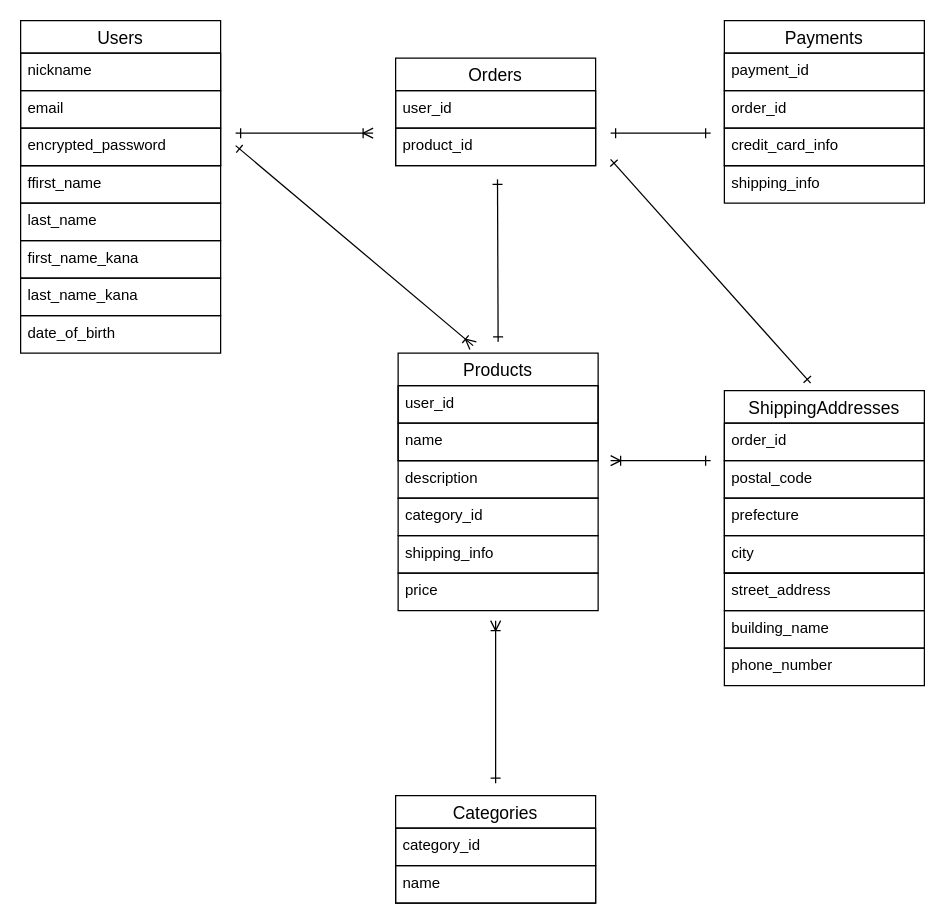
Before: test.dio in buhibuhiRich/furima-39891, a draw.io diagram. Source tidied: cells renumbered, new cells numbered last; positions are measured from the earlier drawing's top-left corner, leaving out a move shared by most shapes. Both pictures are drawn from the tidied source at 125%, with x=0, y=0 at pixel (20, 20).
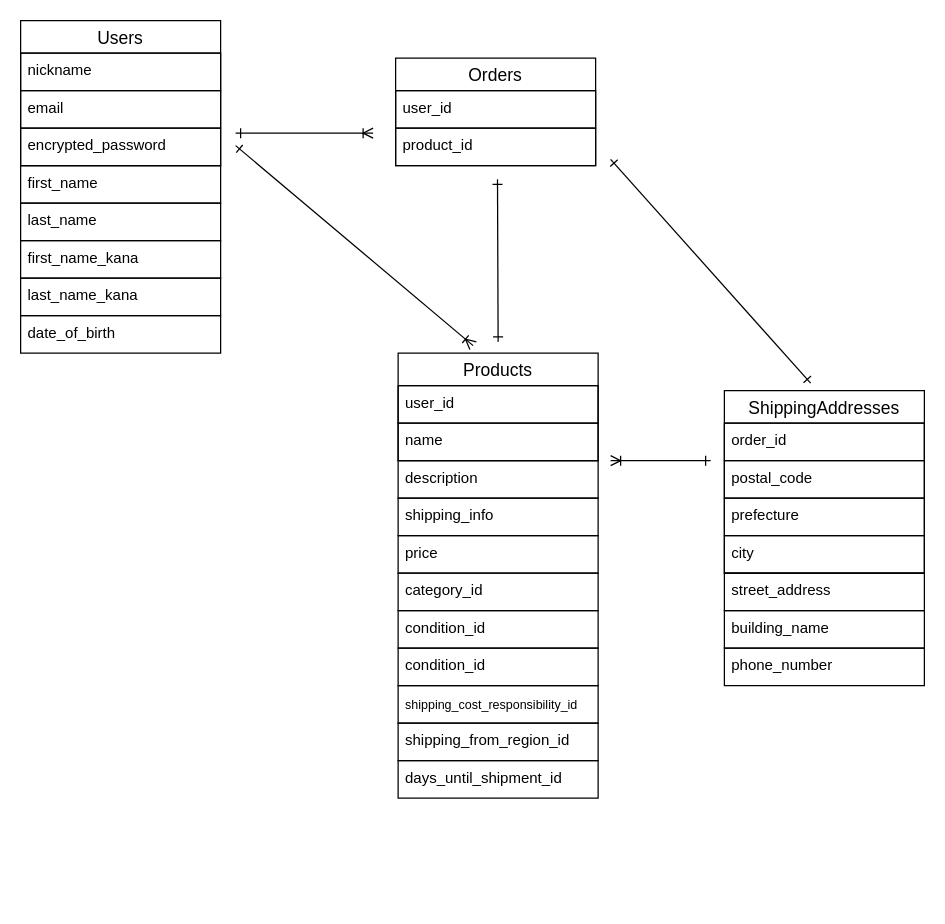
The same diagram, later.

What changed in the source:
```diff
@@
-    <mxCell id="6" value="ffirst_name" style="text;strokeColor=default;fillColor=none;spacingLeft=4;spacingRight=4;overflow=hidden;fontSize=12;" parent="1" vertex="1">
+    <mxCell id="6" value="first_name" style="text;strokeColor=default;fillColor=none;spacingLeft=4;spacingRight=4;overflow=hidden;fontSize=12;" parent="1" vertex="1">
       <mxGeometry y="116" width="160" height="30" as="geometry" />
     </mxCell>
@@
     <mxCell id="15" value="category_id" style="text;strokeColor=default;fillColor=none;spacingLeft=4;spacingRight=4;overflow=hidden;fontSize=12;" parent="1" vertex="1">
-      <mxGeometry x="302" y="382" width="160" height="30" as="geometry" />
+      <mxGeometry x="302" y="442" width="160" height="30" as="geometry" />
     </mxCell>
     <mxCell id="16" value="shipping_info" style="text;strokeColor=default;fillColor=none;spacingLeft=4;spacingRight=4;overflow=hidden;fontSize=12;" parent="1" vertex="1">
-      <mxGeometry x="302" y="412" width="160" height="30" as="geometry" />
+      <mxGeometry x="302" y="382" width="160" height="30" as="geometry" />
     </mxCell>
     <mxCell id="17" value="price" style="text;strokeColor=default;fillColor=none;spacingLeft=4;spacingRight=4;overflow=hidden;fontSize=12;" parent="1" vertex="1">
-      <mxGeometry x="302" y="442" width="160" height="30" as="geometry" />
+      <mxGeometry x="302" y="412" width="160" height="30" as="geometry" />
     </mxCell>
-    <mxCell id="18" value="Categories" style="swimlane;fontStyle=0;horizontal=1;startSize=26;align=center;fontSize=14;" parent="1" vertex="1">
-      <mxGeometry x="300" y="620" width="160" height="86" as="geometry" />
-    </mxCell>
-    <mxCell id="19" value="category_id" style="text;strokeColor=default;fillColor=none;spacingLeft=4;spacingRight=4;overflow=hidden;fontSize=12;" parent="18" vertex="1">
-      <mxGeometry y="26" width="160" height="30" as="geometry" />
-    </mxCell>
-    <mxCell id="20" value="name" style="text;strokeColor=default;fillColor=none;spacingLeft=4;spacingRight=4;overflow=hidden;fontSize=12;" parent="18" vertex="1">
-      <mxGeometry y="56" width="160" height="30" as="geometry" />
-    </mxCell>
@@
-    <mxCell id="31" value="Payments" style="swimlane;fontStyle=0;horizontal=1;startSize=26;align=center;fontSize=14;" parent="1" vertex="1">
-      <mxGeometry x="563" width="160" height="116" as="geometry" />
-    </mxCell>
-    <mxCell id="32" value="payment_id" style="text;strokeColor=default;fillColor=none;spacingLeft=4;spacingRight=4;overflow=hidden;fontSize=12;" parent="31" vertex="1">
-      <mxGeometry y="26" width="160" height="30" as="geometry" />
-    </mxCell>
-    <mxCell id="33" value="order_id" style="text;strokeColor=default;fillColor=none;spacingLeft=4;spacingRight=4;overflow=hidden;fontSize=12;" parent="31" vertex="1">
-      <mxGeometry y="56" width="160" height="30" as="geometry" />
-    </mxCell>
-    <mxCell id="34" value="credit_card_info" style="text;strokeColor=default;fillColor=none;spacingLeft=4;spacingRight=4;overflow=hidden;fontSize=12;" parent="31" vertex="1">
-      <mxGeometry y="86" width="160" height="30" as="geometry" />
-    </mxCell>
-    <mxCell id="35" value="shipping_info" style="text;strokeColor=default;fillColor=none;spacingLeft=4;spacingRight=4;overflow=hidden;fontSize=12;" parent="1" vertex="1">
-      <mxGeometry x="563" y="116" width="160" height="30" as="geometry" />
-    </mxCell>
@@
-    <mxCell id="38" style="endArrow=ERone;html=1;rounded=0;startArrow=ERone;startFill=0;endFill=0;" parent="1" edge="1">
-      <mxGeometry relative="1" as="geometry">
-        <mxPoint x="472" y="90" as="sourcePoint" />
-        <mxPoint x="552" y="90" as="targetPoint" />
-      </mxGeometry>
-    </mxCell>
-    <mxCell id="39" style="endArrow=ERone;html=1;rounded=0;startArrow=ERoneToMany;startFill=0;endFill=0;" parent="1" edge="1">
-      <mxGeometry relative="1" as="geometry">
-        <mxPoint x="380" y="480" as="sourcePoint" />
-        <mxPoint x="380" y="610" as="targetPoint" />
-      </mxGeometry>
-    </mxCell>
@@
+    <mxCell id="44" value="condition_id" style="text;strokeColor=default;fillColor=none;spacingLeft=4;spacingRight=4;overflow=hidden;fontSize=12;" parent="1" vertex="1">
+      <mxGeometry x="302" y="472" width="160" height="30" as="geometry" />
+    </mxCell>
+    <mxCell id="45" value="shipping_cost_responsibility_id" style="text;strokeColor=default;fillColor=none;spacingLeft=4;spacingRight=4;overflow=hidden;fontSize=10;verticalAlign=middle;" parent="1" vertex="1">
+      <mxGeometry x="302" y="532" width="160" height="30" as="geometry" />
+    </mxCell>
+    <mxCell id="46" value="shipping_from_region_id" style="text;strokeColor=default;fillColor=none;spacingLeft=4;spacingRight=4;overflow=hidden;fontSize=12;" parent="1" vertex="1">
+      <mxGeometry x="302" y="562" width="160" height="30" as="geometry" />
+    </mxCell>
+    <mxCell id="47" value="condition_id" style="text;strokeColor=default;fillColor=none;spacingLeft=4;spacingRight=4;overflow=hidden;fontSize=12;" parent="1" vertex="1">
+      <mxGeometry x="302" y="502" width="160" height="30" as="geometry" />
+    </mxCell>
+    <mxCell id="48" value="days_until_shipment_id" style="text;strokeColor=default;fillColor=none;spacingLeft=4;spacingRight=4;overflow=hidden;fontSize=12;" parent="1" vertex="1">
+      <mxGeometry x="302" y="592" width="160" height="30" as="geometry" />
+    </mxCell>
```
